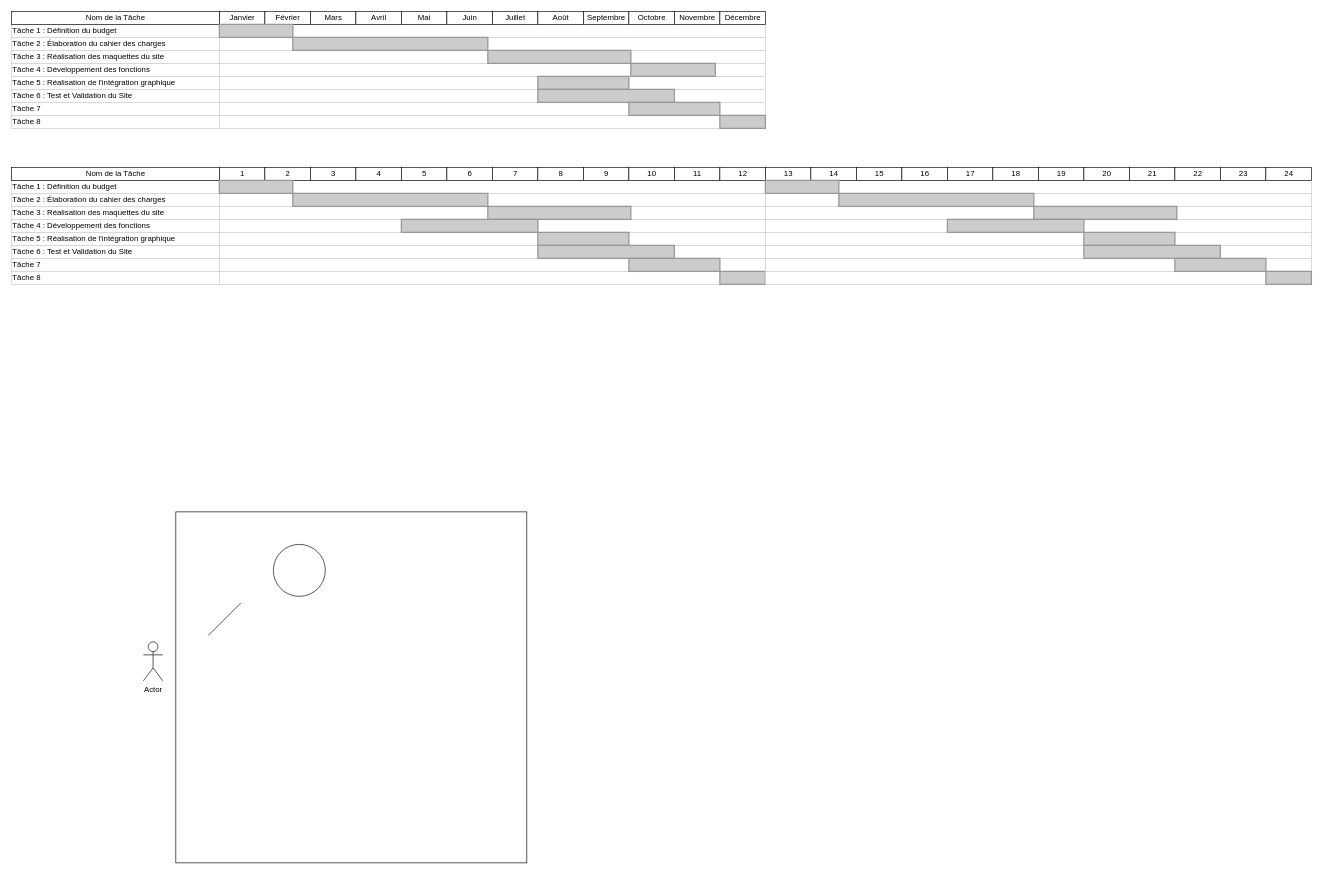
This is Diagramme sans nom.drawio from AlexL5/Salut, a draw.io file, before an edit. Source tidied: cells renumbered, new cells numbered last; positions are measured from the earlier drawing's top-left corner, leaving out a move shared by most shapes. Both pictures are drawn from the tidied source at 65%, with x=0, y=0 at pixel (11, 11).
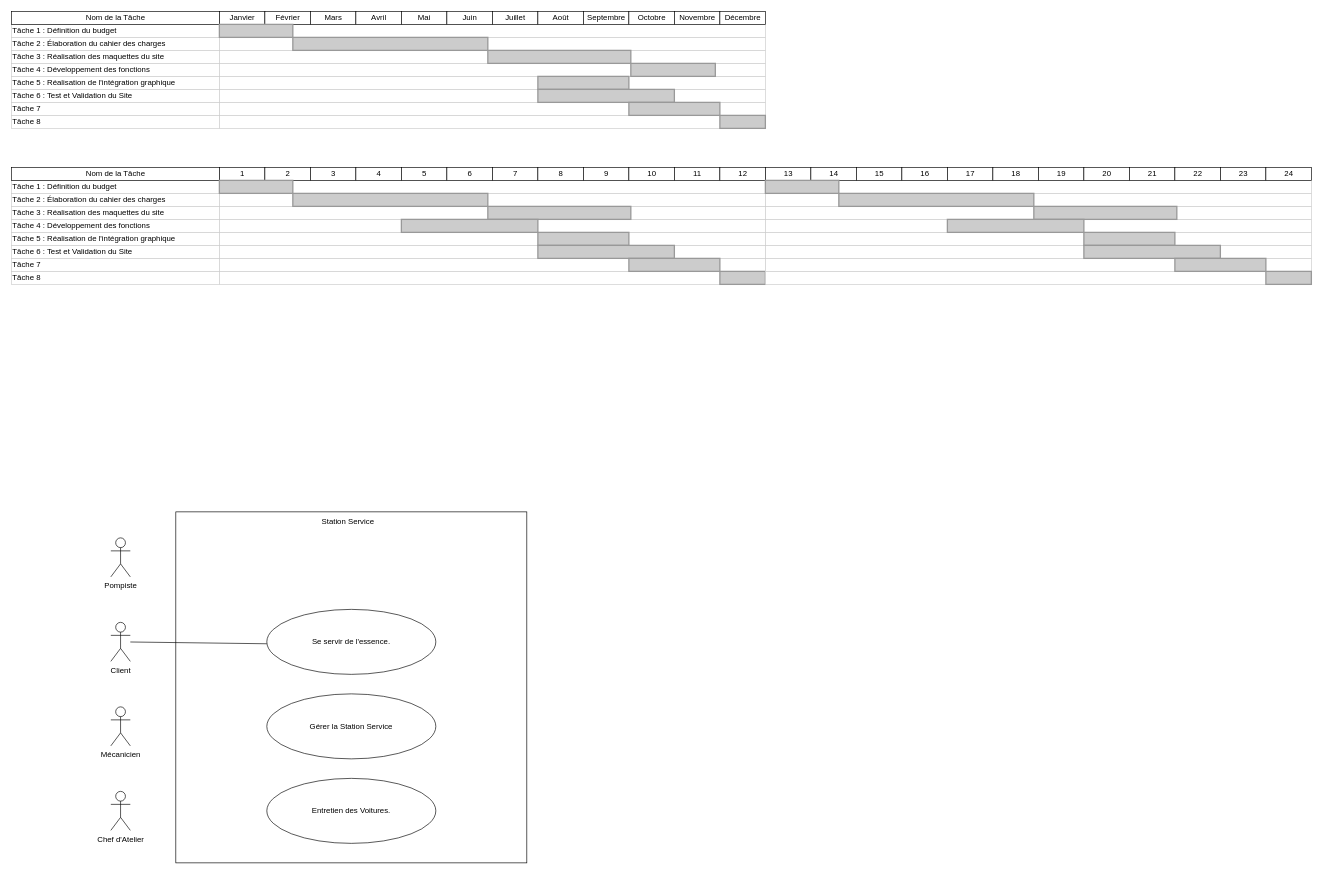
The same page after the edit.

Commit message:
Mettre à jour Diagramme sans nom.drawio

Change to the diagram source:
```diff
@@
-    <mxCell id="105" value="Actor" style="shape=umlActor;verticalLabelPosition=bottom;verticalAlign=top;html=1;outlineConnect=0;" parent="1" vertex="1">
-      <mxGeometry x="203" y="970" width="30" height="60" as="geometry" />
+    <mxCell id="105" value="Client" style="shape=umlActor;verticalLabelPosition=bottom;verticalAlign=top;html=1;outlineConnect=0;" parent="1" vertex="1">
+      <mxGeometry x="153" y="940" width="30" height="60" as="geometry" />
     </mxCell>
-    <mxCell id="106" style="ellipse;whiteSpace=wrap;html=1;" parent="1" vertex="1">
-      <mxGeometry x="403" y="820" width="80" height="80" as="geometry" />
-    </mxCell>
-    <mxCell id="107" style="endArrow=none;html=1;rounded=0;" parent="1" edge="1">
-      <mxGeometry relative="1" as="geometry">
-        <mxPoint x="303" y="960" as="sourcePoint" />
-        <mxPoint x="353" y="910" as="targetPoint" />
-      </mxGeometry>
-    </mxCell>
+    <mxCell id="108" value="Se servir de l'essence." style="ellipse;whiteSpace=wrap;html=1;" parent="1" vertex="1">
+      <mxGeometry x="393" y="920" width="260" height="100" as="geometry" />
+    </mxCell>
+    <mxCell id="109" style="endArrow=none;html=1;rounded=0;entryX=0;entryY=0.529;entryDx=0;entryDy=0;entryPerimeter=0;" parent="1" edge="1" source="105" target="108">
+      <mxGeometry relative="1" as="geometry" />
+    </mxCell>
+    <mxCell id="110" value="Station Service" style="text;html=1;strokeColor=none;fillColor=none;align=center;verticalAlign=middle;whiteSpace=wrap;rounded=0;" parent="1" vertex="1">
+      <mxGeometry x="423" y="770" width="190" height="30" as="geometry" />
+    </mxCell>
+    <mxCell id="111" value="Pompiste" style="shape=umlActor;verticalLabelPosition=bottom;verticalAlign=top;html=1;" parent="1" vertex="1">
+      <mxGeometry x="153" y="810" width="30" height="60" as="geometry" />
+    </mxCell>
+    <mxCell id="112" value="Mécanicien" style="shape=umlActor;verticalLabelPosition=bottom;verticalAlign=top;html=1;" parent="1" vertex="1">
+      <mxGeometry x="153" y="1070" width="30" height="60" as="geometry" />
+    </mxCell>
+    <mxCell id="113" value="Gérer la Station Service" style="ellipse;whiteSpace=wrap;html=1;" parent="1" vertex="1">
+      <mxGeometry x="393" y="1050" width="260" height="100" as="geometry" />
+    </mxCell>
+    <mxCell id="114" value="Chef d'Atelier" style="shape=umlActor;verticalLabelPosition=bottom;verticalAlign=top;html=1;" parent="1" vertex="1">
+      <mxGeometry x="153" y="1200" width="30" height="60" as="geometry" />
+    </mxCell>
+    <mxCell id="115" value="Entretien des Voitures." style="ellipse;whiteSpace=wrap;html=1;" parent="1" vertex="1">
+      <mxGeometry x="393" y="1180" width="260" height="100" as="geometry" />
+    </mxCell>
```
